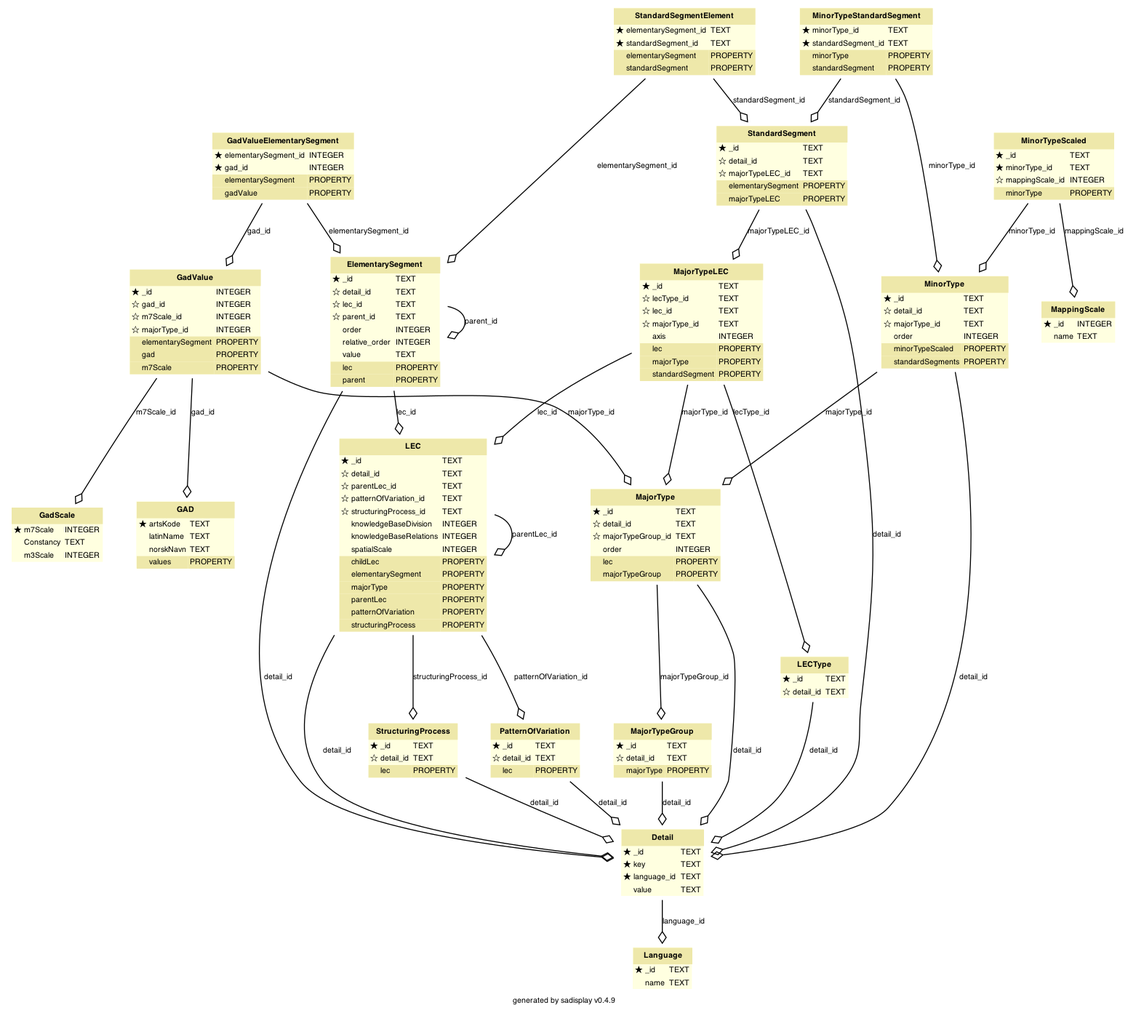
The Graphviz diagram scripts/database/schema.png in MichalTorma/natur-i-norge, before a commit. Its source is kept beside it as scripts/database/schema.dot.
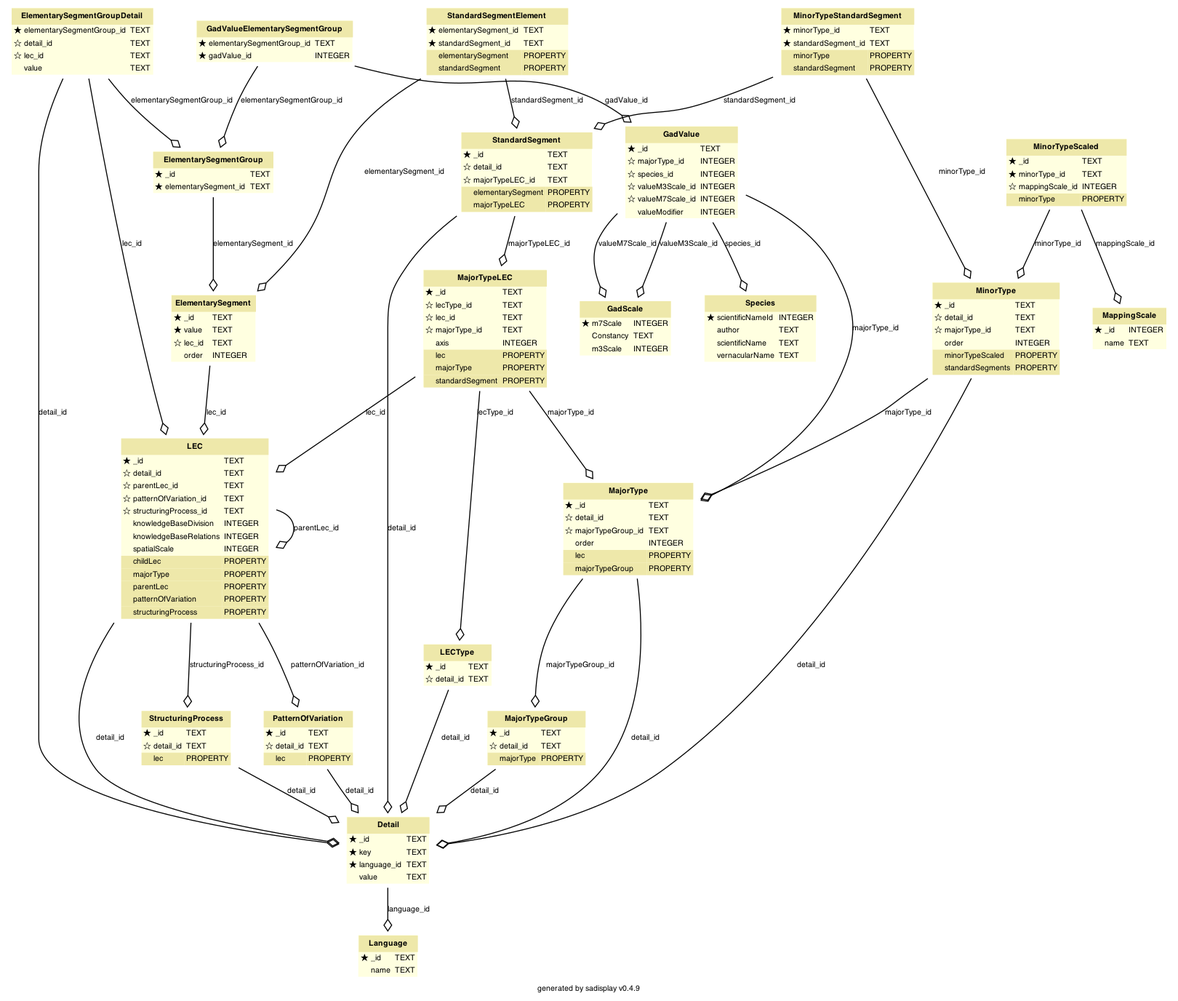
After the commit.

Diff of the diagram source:
```diff
@@ -53,6 +53,52 @@
         ></TD><TD ALIGN="LEFT"
         ><FONT FACE="Bitstream Vera Sans">TEXT</FONT
         ></TD></TR> <TR><TD ALIGN="LEFT" BORDER="0"
+        ><FONT FACE="Bitstream Vera Sans">★ value</FONT
+        ></TD><TD ALIGN="LEFT"
+        ><FONT FACE="Bitstream Vera Sans">TEXT</FONT
+        ></TD></TR> <TR><TD ALIGN="LEFT" BORDER="0"
+        ><FONT FACE="Bitstream Vera Sans">☆ lec_id</FONT
+        ></TD><TD ALIGN="LEFT"
+        ><FONT FACE="Bitstream Vera Sans">TEXT</FONT
+        ></TD></TR> <TR><TD ALIGN="LEFT" BORDER="0"
+        ><FONT FACE="Bitstream Vera Sans">⚪ order</FONT
+        ></TD><TD ALIGN="LEFT"
+        ><FONT FACE="Bitstream Vera Sans">INTEGER</FONT
+        ></TD></TR>
+        </TABLE>
+    >]
+
+
+        ElementarySegmentGroup [label=<
+        <TABLE BGCOLOR="lightyellow" BORDER="0"
+            CELLBORDER="0" CELLSPACING="0">
+                <TR><TD COLSPAN="2" CELLPADDING="4"
+                        ALIGN="CENTER" BGCOLOR="palegoldenrod"
+                ><FONT FACE="Helvetica Bold" COLOR="black"
+                >ElementarySegmentGroup</FONT></TD></TR><TR><TD ALIGN="LEFT" BORDER="0"
+        ><FONT FACE="Bitstream Vera Sans">★ _id</FONT
+        ></TD><TD ALIGN="LEFT"
+        ><FONT FACE="Bitstream Vera Sans">TEXT</FONT
+        ></TD></TR> <TR><TD ALIGN="LEFT" BORDER="0"
+        ><FONT FACE="Bitstream Vera Sans">★ elementarySegment_id</FONT
+        ></TD><TD ALIGN="LEFT"
+        ><FONT FACE="Bitstream Vera Sans">TEXT</FONT
+        ></TD></TR>
+        </TABLE>
+    >]
+
+
+        ElementarySegmentGroupDetail [label=<
+        <TABLE BGCOLOR="lightyellow" BORDER="0"
+            CELLBORDER="0" CELLSPACING="0">
+                <TR><TD COLSPAN="2" CELLPADDING="4"
+                        ALIGN="CENTER" BGCOLOR="palegoldenrod"
+                ><FONT FACE="Helvetica Bold" COLOR="black"
+                >ElementarySegmentGroupDetail</FONT></TD></TR><TR><TD ALIGN="LEFT" BORDER="0"
+        ><FONT FACE="Bitstream Vera Sans">★ elementarySegmentGroup_id</FONT
+        ></TD><TD ALIGN="LEFT"
+        ><FONT FACE="Bitstream Vera Sans">TEXT</FONT
+        ></TD></TR> <TR><TD ALIGN="LEFT" BORDER="0"
         ><FONT FACE="Bitstream Vera Sans">☆ detail_id</FONT
         ></TD><TD ALIGN="LEFT"
         ><FONT FACE="Bitstream Vera Sans">TEXT</FONT
@@ -61,59 +107,9 @@
         ></TD><TD ALIGN="LEFT"
         ><FONT FACE="Bitstream Vera Sans">TEXT</FONT
         ></TD></TR> <TR><TD ALIGN="LEFT" BORDER="0"
-        ><FONT FACE="Bitstream Vera Sans">☆ parent_id</FONT
-        ></TD><TD ALIGN="LEFT"
-        ><FONT FACE="Bitstream Vera Sans">TEXT</FONT
-        ></TD></TR> <TR><TD ALIGN="LEFT" BORDER="0"
-        ><FONT FACE="Bitstream Vera Sans">⚪ order</FONT
-        ></TD><TD ALIGN="LEFT"
-        ><FONT FACE="Bitstream Vera Sans">INTEGER</FONT
-        ></TD></TR> <TR><TD ALIGN="LEFT" BORDER="0"
-        ><FONT FACE="Bitstream Vera Sans">⚪ relative_order</FONT
-        ></TD><TD ALIGN="LEFT"
-        ><FONT FACE="Bitstream Vera Sans">INTEGER</FONT
-        ></TD></TR> <TR><TD ALIGN="LEFT" BORDER="0"
         ><FONT FACE="Bitstream Vera Sans">⚪ value</FONT
         ></TD><TD ALIGN="LEFT"
         ><FONT FACE="Bitstream Vera Sans">TEXT</FONT
-        ></TD></TR><TR><TD ALIGN="LEFT" BORDER="0"
-        BGCOLOR="palegoldenrod"
-        ><FONT FACE="Bitstream Vera Sans">⚪ lec</FONT></TD
-        ><TD BGCOLOR="palegoldenrod" ALIGN="LEFT"
-        ><FONT FACE="Bitstream Vera Sans">PROPERTY</FONT
-        ></TD></TR> <TR><TD ALIGN="LEFT" BORDER="0"
-        BGCOLOR="palegoldenrod"
-        ><FONT FACE="Bitstream Vera Sans">⚪ parent</FONT></TD
-        ><TD BGCOLOR="palegoldenrod" ALIGN="LEFT"
-        ><FONT FACE="Bitstream Vera Sans">PROPERTY</FONT
-        ></TD></TR>
-        </TABLE>
-    >]
-
-
-        GAD [label=<
-        <TABLE BGCOLOR="lightyellow" BORDER="0"
-            CELLBORDER="0" CELLSPACING="0">
-                <TR><TD COLSPAN="2" CELLPADDING="4"
-                        ALIGN="CENTER" BGCOLOR="palegoldenrod"
-                ><FONT FACE="Helvetica Bold" COLOR="black"
-                >GAD</FONT></TD></TR><TR><TD ALIGN="LEFT" BORDER="0"
-        ><FONT FACE="Bitstream Vera Sans">★ artsKode</FONT
-        ></TD><TD ALIGN="LEFT"
-        ><FONT FACE="Bitstream Vera Sans">TEXT</FONT
-        ></TD></TR> <TR><TD ALIGN="LEFT" BORDER="0"
-        ><FONT FACE="Bitstream Vera Sans">⚪ latinName</FONT
-        ></TD><TD ALIGN="LEFT"
-        ><FONT FACE="Bitstream Vera Sans">TEXT</FONT
-        ></TD></TR> <TR><TD ALIGN="LEFT" BORDER="0"
-        ><FONT FACE="Bitstream Vera Sans">⚪ norskNavn</FONT
-        ></TD><TD ALIGN="LEFT"
-        ><FONT FACE="Bitstream Vera Sans">TEXT</FONT
-        ></TD></TR><TR><TD ALIGN="LEFT" BORDER="0"
-        BGCOLOR="palegoldenrod"
-        ><FONT FACE="Bitstream Vera Sans">⚪ values</FONT></TD
-        ><TD BGCOLOR="palegoldenrod" ALIGN="LEFT"
-        ><FONT FACE="Bitstream Vera Sans">PROPERTY</FONT
         ></TD></TR>
         </TABLE>
     >]
@@ -151,63 +147,46 @@
                 >GadValue</FONT></TD></TR><TR><TD ALIGN="LEFT" BORDER="0"
         ><FONT FACE="Bitstream Vera Sans">★ _id</FONT
         ></TD><TD ALIGN="LEFT"
-        ><FONT FACE="Bitstream Vera Sans">INTEGER</FONT
-        ></TD></TR> <TR><TD ALIGN="LEFT" BORDER="0"
-        ><FONT FACE="Bitstream Vera Sans">☆ gad_id</FONT
-        ></TD><TD ALIGN="LEFT"
-        ><FONT FACE="Bitstream Vera Sans">INTEGER</FONT
-        ></TD></TR> <TR><TD ALIGN="LEFT" BORDER="0"
-        ><FONT FACE="Bitstream Vera Sans">☆ m7Scale_id</FONT
-        ></TD><TD ALIGN="LEFT"
-        ><FONT FACE="Bitstream Vera Sans">INTEGER</FONT
+        ><FONT FACE="Bitstream Vera Sans">TEXT</FONT
         ></TD></TR> <TR><TD ALIGN="LEFT" BORDER="0"
         ><FONT FACE="Bitstream Vera Sans">☆ majorType_id</FONT
         ></TD><TD ALIGN="LEFT"
         ><FONT FACE="Bitstream Vera Sans">INTEGER</FONT
-        ></TD></TR><TR><TD ALIGN="LEFT" BORDER="0"
-        BGCOLOR="palegoldenrod"
-        ><FONT FACE="Bitstream Vera Sans">⚪ elementarySegment</FONT></TD
-        ><TD BGCOLOR="palegoldenrod" ALIGN="LEFT"
-        ><FONT FACE="Bitstream Vera Sans">PROPERTY</FONT
         ></TD></TR> <TR><TD ALIGN="LEFT" BORDER="0"
-        BGCOLOR="palegoldenrod"
-        ><FONT FACE="Bitstream Vera Sans">⚪ gad</FONT></TD
-        ><TD BGCOLOR="palegoldenrod" ALIGN="LEFT"
-        ><FONT FACE="Bitstream Vera Sans">PROPERTY</FONT
+        ><FONT FACE="Bitstream Vera Sans">☆ species_id</FONT
+        ></TD><TD ALIGN="LEFT"
+        ><FONT FACE="Bitstream Vera Sans">INTEGER</FONT
         ></TD></TR> <TR><TD ALIGN="LEFT" BORDER="0"
-        BGCOLOR="palegoldenrod"
-        ><FONT FACE="Bitstream Vera Sans">⚪ m7Scale</FONT></TD
-        ><TD BGCOLOR="palegoldenrod" ALIGN="LEFT"
-        ><FONT FACE="Bitstream Vera Sans">PROPERTY</FONT
+        ><FONT FACE="Bitstream Vera Sans">☆ valueM3Scale_id</FONT
+        ></TD><TD ALIGN="LEFT"
+        ><FONT FACE="Bitstream Vera Sans">INTEGER</FONT
+        ></TD></TR> <TR><TD ALIGN="LEFT" BORDER="0"
+        ><FONT FACE="Bitstream Vera Sans">☆ valueM7Scale_id</FONT
+        ></TD><TD ALIGN="LEFT"
+        ><FONT FACE="Bitstream Vera Sans">INTEGER</FONT
+        ></TD></TR> <TR><TD ALIGN="LEFT" BORDER="0"
+        ><FONT FACE="Bitstream Vera Sans">⚪ valueModifier</FONT
+        ></TD><TD ALIGN="LEFT"
+        ><FONT FACE="Bitstream Vera Sans">INTEGER</FONT
         ></TD></TR>
         </TABLE>
     >]
 
 
-        GadValueElementarySegment [label=<
+        GadValueElementarySegmentGroup [label=<
         <TABLE BGCOLOR="lightyellow" BORDER="0"
             CELLBORDER="0" CELLSPACING="0">
                 <TR><TD COLSPAN="2" CELLPADDING="4"
                         ALIGN="CENTER" BGCOLOR="palegoldenrod"
                 ><FONT FACE="Helvetica Bold" COLOR="black"
-                >GadValueElementarySegment</FONT></TD></TR><TR><TD ALIGN="LEFT" BORDER="0"
-        ><FONT FACE="Bitstream Vera Sans">★ elementarySegment_id</FONT
+                >GadValueElementarySegmentGroup</FONT></TD></TR><TR><TD ALIGN="LEFT" BORDER="0"
+        ><FONT FACE="Bitstream Vera Sans">★ elementarySegmentGroup_id</FONT
+        ></TD><TD ALIGN="LEFT"
+        ><FONT FACE="Bitstream Vera Sans">TEXT</FONT
+        ></TD></TR> <TR><TD ALIGN="LEFT" BORDER="0"
+        ><FONT FACE="Bitstream Vera Sans">★ gadValue_id</FONT
         ></TD><TD ALIGN="LEFT"
         ><FONT FACE="Bitstream Vera Sans">INTEGER</FONT
-        ></TD></TR> <TR><TD ALIGN="LEFT" BORDER="0"
-        ><FONT FACE="Bitstream Vera Sans">★ gad_id</FONT
-        ></TD><TD ALIGN="LEFT"
-        ><FONT FACE="Bitstream Vera Sans">INTEGER</FONT
-        ></TD></TR><TR><TD ALIGN="LEFT" BORDER="0"
-        BGCOLOR="palegoldenrod"
-        ><FONT FACE="Bitstream Vera Sans">⚪ elementarySegment</FONT></TD
-        ><TD BGCOLOR="palegoldenrod" ALIGN="LEFT"
-        ><FONT FACE="Bitstream Vera Sans">PROPERTY</FONT
-        ></TD></TR> <TR><TD ALIGN="LEFT" BORDER="0"
-        BGCOLOR="palegoldenrod"
-        ><FONT FACE="Bitstream Vera Sans">⚪ gadValue</FONT></TD
-        ><TD BGCOLOR="palegoldenrod" ALIGN="LEFT"
-        ><FONT FACE="Bitstream Vera Sans">PROPERTY</FONT
         ></TD></TR>
         </TABLE>
     >]
@@ -254,11 +233,6 @@
         ></TD></TR><TR><TD ALIGN="LEFT" BORDER="0"
         BGCOLOR="palegoldenrod"
         ><FONT FACE="Bitstream Vera Sans">⚪ childLec</FONT></TD
-        ><TD BGCOLOR="palegoldenrod" ALIGN="LEFT"
-        ><FONT FACE="Bitstream Vera Sans">PROPERTY</FONT
-        ></TD></TR> <TR><TD ALIGN="LEFT" BORDER="0"
-        BGCOLOR="palegoldenrod"
-        ><FONT FACE="Bitstream Vera Sans">⚪ elementarySegment</FONT></TD
         ><TD BGCOLOR="palegoldenrod" ALIGN="LEFT"
         ><FONT FACE="Bitstream Vera Sans">PROPERTY</FONT
         ></TD></TR> <TR><TD ALIGN="LEFT" BORDER="0"
@@ -568,6 +542,33 @@
     >]
 
 
+        Species [label=<
+        <TABLE BGCOLOR="lightyellow" BORDER="0"
+            CELLBORDER="0" CELLSPACING="0">
+                <TR><TD COLSPAN="2" CELLPADDING="4"
+                        ALIGN="CENTER" BGCOLOR="palegoldenrod"
+                ><FONT FACE="Helvetica Bold" COLOR="black"
+                >Species</FONT></TD></TR><TR><TD ALIGN="LEFT" BORDER="0"
+        ><FONT FACE="Bitstream Vera Sans">★ scientificNameId</FONT
+        ></TD><TD ALIGN="LEFT"
+        ><FONT FACE="Bitstream Vera Sans">INTEGER</FONT
+        ></TD></TR> <TR><TD ALIGN="LEFT" BORDER="0"
+        ><FONT FACE="Bitstream Vera Sans">⚪ author</FONT
+        ></TD><TD ALIGN="LEFT"
+        ><FONT FACE="Bitstream Vera Sans">TEXT</FONT
+        ></TD></TR> <TR><TD ALIGN="LEFT" BORDER="0"
+        ><FONT FACE="Bitstream Vera Sans">⚪ scientificName</FONT
+        ></TD><TD ALIGN="LEFT"
+        ><FONT FACE="Bitstream Vera Sans">TEXT</FONT
+        ></TD></TR> <TR><TD ALIGN="LEFT" BORDER="0"
+        ><FONT FACE="Bitstream Vera Sans">⚪ vernacularName</FONT
+        ></TD><TD ALIGN="LEFT"
+        ><FONT FACE="Bitstream Vera Sans">TEXT</FONT
+        ></TD></TR>
+        </TABLE>
+    >]
+
+
         StandardSegment [label=<
         <TABLE BGCOLOR="lightyellow" BORDER="0"
             CELLBORDER="0" CELLSPACING="0">
@@ -662,13 +663,16 @@
 	]
 	"Detail" -> "Language" [label = "language_id"]
 	"ElementarySegment" -> "LEC" [label = "lec_id"]
-	"ElementarySegment" -> "ElementarySegment" [label = "parent_id"]
-	"ElementarySegment" -> "Detail" [label = "detail_id"]
-	"GadValue" -> "GAD" [label = "gad_id"]
+	"ElementarySegmentGroup" -> "ElementarySegment" [label = "elementarySegment_id"]
+	"ElementarySegmentGroupDetail" -> "ElementarySegmentGroup" [label = "elementarySegmentGroup_id"]
+	"ElementarySegmentGroupDetail" -> "LEC" [label = "lec_id"]
+	"ElementarySegmentGroupDetail" -> "Detail" [label = "detail_id"]
+	"GadValue" -> "Species" [label = "species_id"]
 	"GadValue" -> "MajorType" [label = "majorType_id"]
-	"GadValue" -> "GadScale" [label = "m7Scale_id"]
-	"GadValueElementarySegment" -> "GadValue" [label = "gad_id"]
-	"GadValueElementarySegment" -> "ElementarySegment" [label = "elementarySegment_id"]
+	"GadValue" -> "GadScale" [label = "valueM7Scale_id"]
+	"GadValue" -> "GadScale" [label = "valueM3Scale_id"]
+	"GadValueElementarySegmentGroup" -> "GadValue" [label = "gadValue_id"]
+	"GadValueElementarySegmentGroup" -> "ElementarySegmentGroup" [label = "elementarySegmentGroup_id"]
 	"LEC" -> "LEC" [label = "parentLec_id"]
 	"LEC" -> "StructuringProcess" [label = "structuringProcess_id"]
 	"LEC" -> "PatternOfVariation" [label = "patternOfVariation_id"]
```
